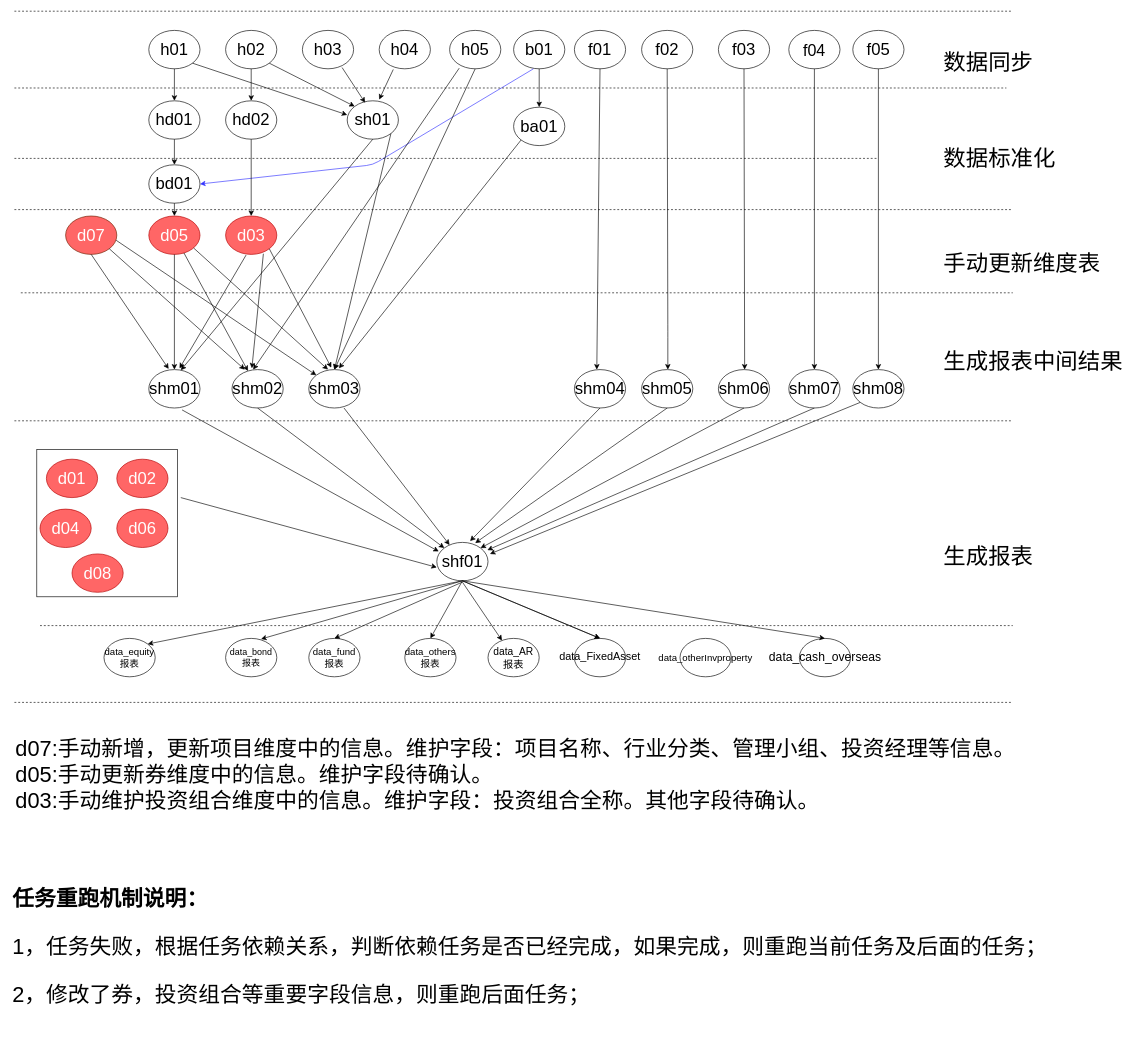
gebifeixiang/investment keeps this draw.io diagram as taskTreeChat.drawio. Above is the earlier version. Source tidied: cells renumbered, new cells numbered last; positions are measured from the earlier drawing's top-left corner, leaving out a move shared by most shapes. Both pictures are drawn from the tidied source at 64%, with x=0, y=0 at pixel (11, 11).
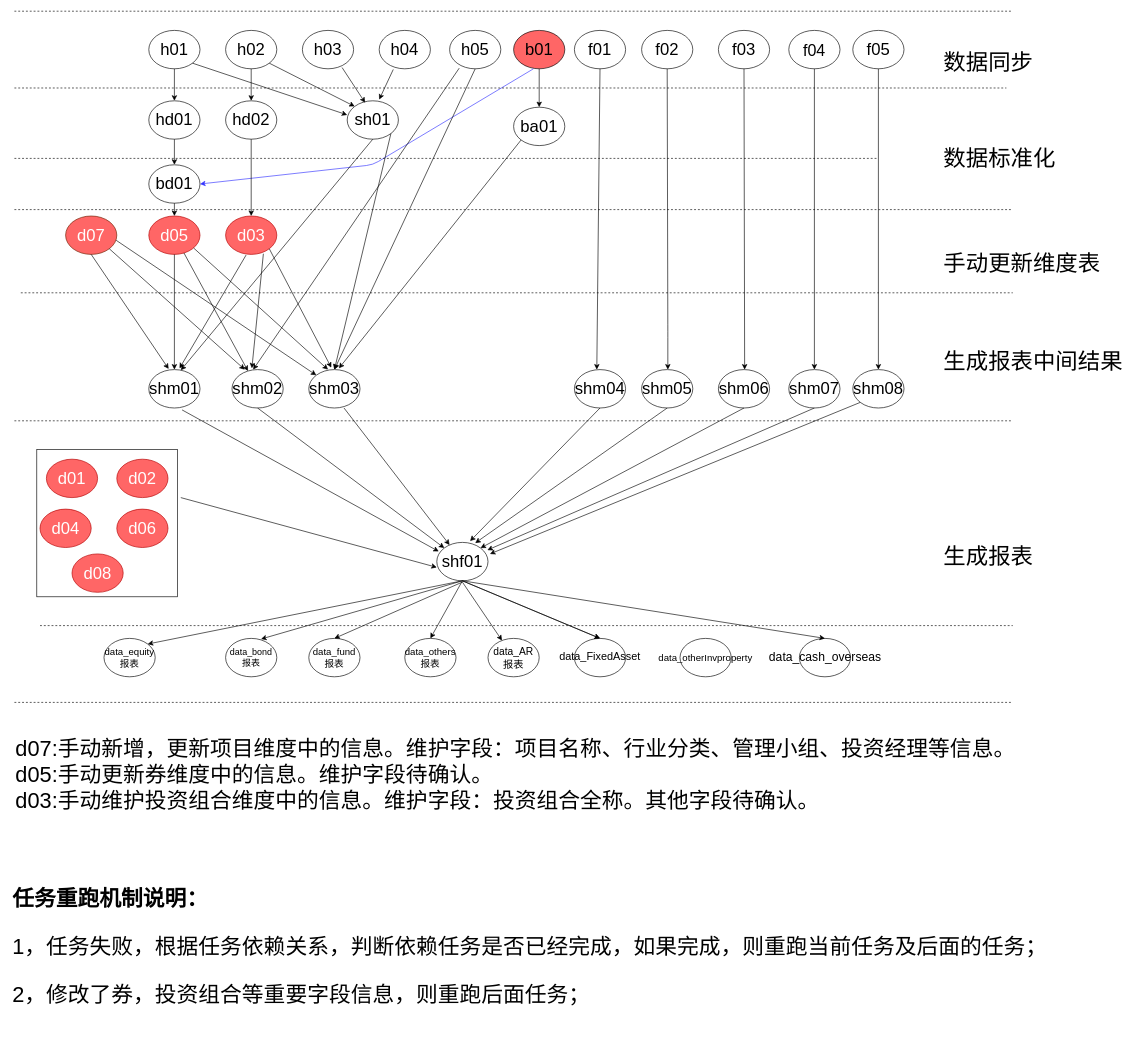
The same diagram, later.

The edit, as a diff of the source:
```diff
@@
-    <mxCell id="15" value="&lt;font style=&quot;font-size: 26px&quot;&gt;b01&lt;/font&gt;" style="ellipse;whiteSpace=wrap;html=1;" parent="1" vertex="1">
+    <mxCell id="15" value="&lt;font style=&quot;font-size: 26px&quot;&gt;b01&lt;/font&gt;" style="ellipse;whiteSpace=wrap;html=1;fillColor=#FF6666;" parent="1" vertex="1">
       <mxGeometry x="785" y="30" width="80" height="60" as="geometry" />
     </mxCell>
```
